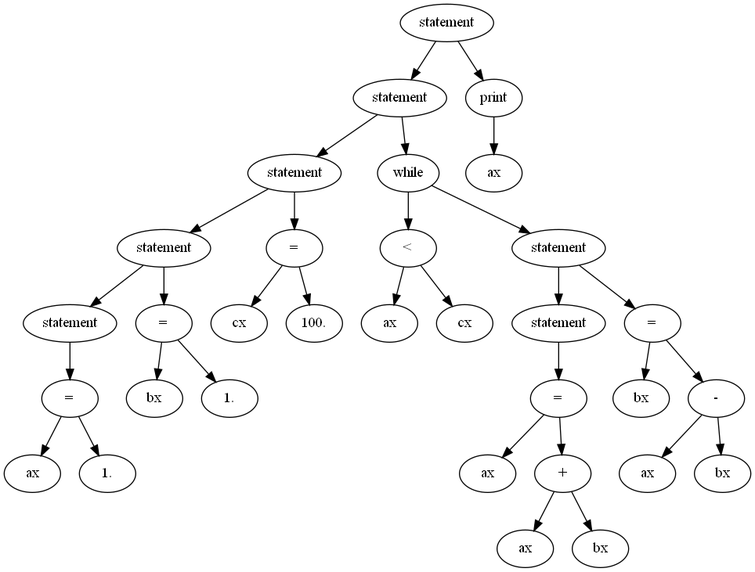
Earlier version of the Graphviz export russkie_alga!/parse.png (matmuher/flip-flop). Its source is kept beside it as russkie_alga!/parse.dot.
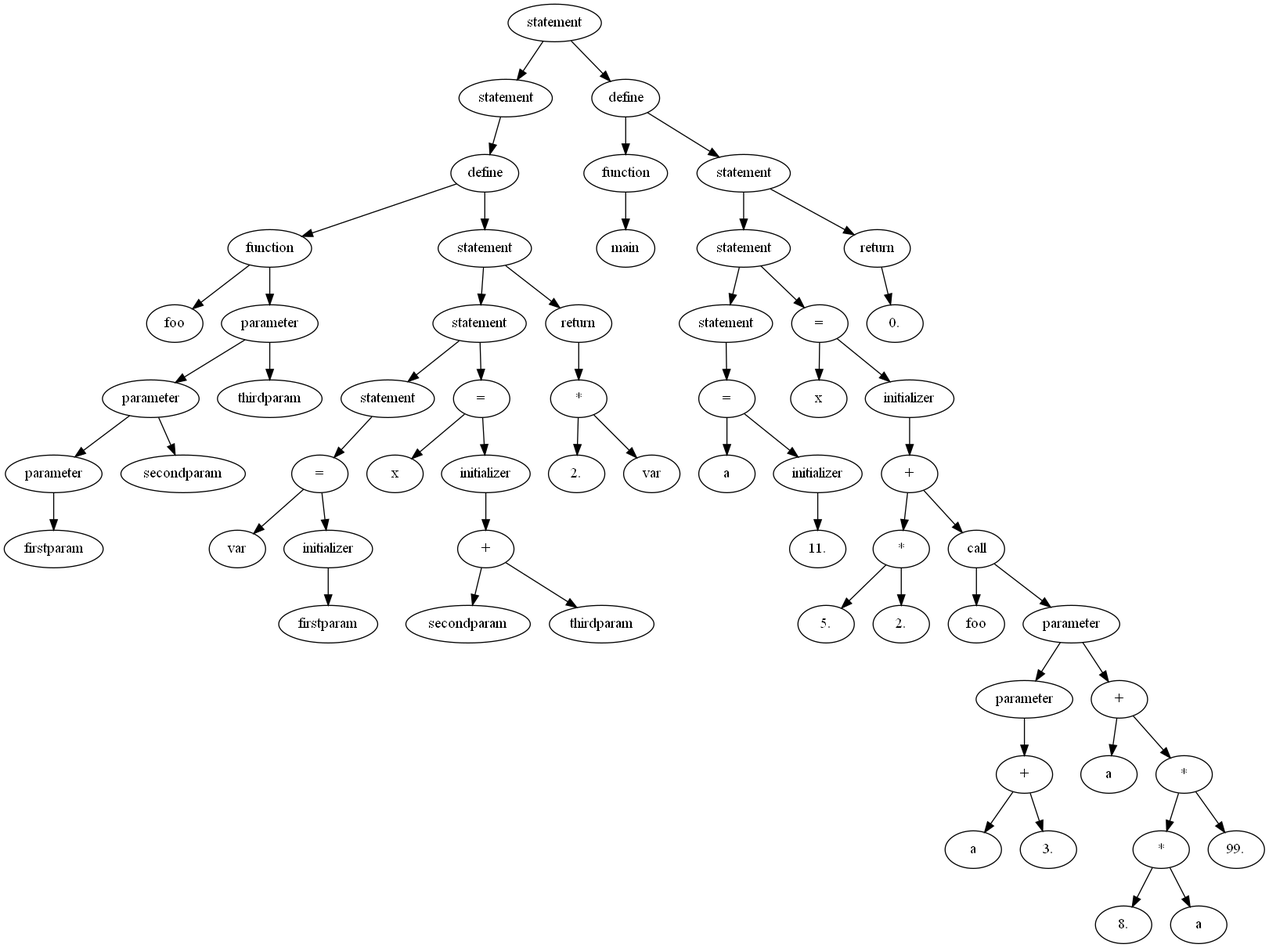
After the commit.

Commit message:
Adapted to tree standard. +return, +functions. It is hard to believe in God after it. Elephant calloc gifted me a 1-hour bug search, because list of pointers to free is static array with fixed size;

The edit, as a diff of the source:
```diff
@@ -1,65 +1,123 @@
 digraph G {
-A00735DD0 [label = "statement"];
-A00735DD0 -> A00732598;
-A00735DD0 -> A00735F08;
-A00732598 [label = "statement"];
-A00732598 -> A00730568;
-A00732598 -> A00735DB8;
-A00730568 [label = "statement"];
-A00730568 -> A007304F0;
-A00730568 -> A00732580;
-A007304F0 [label = "statement"];
-A007304F0 -> A00732510;
-A007304F0 -> A00730550;
-A00732510 [label = "statement"];
-A00732510 -> A007304D8;
-A007304D8 [label = "="];
-A007304D8 -> A00732540;
-A007304D8 -> A007304B0;
-A00732540 [label = "ax"];
-A007304B0 [label = "1."];
-A00730550 [label = "="];
-A00730550 -> A00730520;
-A00730550 -> A00730538;
-A00730520 [label = "bx"];
-A00730538 [label = "1."];
-A00732580 [label = "="];
-A00732580 -> A00730598;
-A00732580 -> A00732568;
-A00730598 [label = "cx"];
-A00732568 [label = "100."];
-A00735DB8 [label = "while"];
-A00735DB8 -> A00735E78;
-A00735DB8 -> A00735D58;
-A00735E78 [label = "<"];
-A00735E78 -> A00735E30;
-A00735E78 -> A00735CE0;
-A00735E30 [label = "ax"];
-A00735CE0 [label = "cx"];
-A00735D58 [label = "statement"];
-A00735D58 -> A00735E00;
-A00735D58 -> A00735D88;
-A00735E00 [label = "statement"];
-A00735E00 -> A00735DA0;
-A00735DA0 [label = "="];
-A00735DA0 -> A00735CF8;
-A00735DA0 -> A00735E18;
-A00735CF8 [label = "ax"];
-A00735E18 [label = "+"];
-A00735E18 -> A00735E48;
-A00735E18 -> A00735D10;
-A00735E48 [label = "ax"];
-A00735D10 [label = "bx"];
-A00735D88 [label = "="];
-A00735D88 -> A00735D28;
-A00735D88 -> A00735D70;
-A00735D28 [label = "bx"];
-A00735D70 [label = "-"];
-A00735D70 -> A00735CB0;
-A00735D70 -> A00735D40;
-A00735CB0 [label = "ax"];
-A00735D40 [label = "bx"];
-A00735F08 [label = "print"];
-A00735F08 -> A00736148;
-A00736148 [label = "ax"];
+A00147250 [label = "statement"];
+A00147250 -> A001404B0;
+A00147250 -> A001476B8;
+A001404B0 [label = "statement"];
+A001404B0 -> A00147478;
+A00147478 [label = "define"];
+A00147478 -> A00147460;
+A00147478 -> A00147598;
+A00147460 [label = "function"];
+A00147460 -> A001404E0;
+A00147460 -> A00146E80;
+A001404E0 [label = "foo"];
+A00146E80 [label = "parameter"];
+A00146E80 -> A00140568;
+A00146E80 -> A00146E08;
+A00140568 [label = "parameter"];
+A00140568 -> A00140508;
+A00140568 -> A00140598;
+A00140508 [label = "parameter"];
+A00140508 -> A00140538;
+A00140538 [label = "firstparam"];
+A00140598 [label = "secondparam"];
+A00146E08 [label = "thirdparam"];
+A00147598 [label = "statement"];
+A00147598 -> A00146EC8;
+A00147598 -> A00147430;
+A00146EC8 [label = "statement"];
+A00146EC8 -> A00146EF8;
+A00146EC8 -> A00147508;
+A00146EF8 [label = "statement"];
+A00146EF8 -> A00146E50;
+A00146E50 [label = "="];
+A00146E50 -> A00146E38;
+A00146E50 -> A00146EB0;
+A00146E38 [label = "var"];
+A00146EB0 [label = "initializer"];
+A00146EB0 -> A00146E98;
+A00146E98 [label = "firstparam"];
+A00147508 [label = "="];
+A00147508 -> A00146F10;
+A00147508 -> A00147580;
+A00146F10 [label = "x"];
+A00147580 [label = "initializer"];
+A00147580 -> A00147520;
+A00147520 [label = "+"];
+A00147520 -> A00146F28;
+A00147520 -> A00146DC0;
+A00146F28 [label = "secondparam"];
+A00146DC0 [label = "thirdparam"];
+A00147430 [label = "return"];
+A00147430 -> A00147568;
+A00147568 [label = "*"];
+A00147568 -> A001474F0;
+A00147568 -> A00147550;
+A001474F0 [label = "2."];
+A00147550 [label = "var"];
+A001476B8 [label = "define"];
+A001476B8 -> A00147640;
+A001476B8 -> A00147748;
+A00147640 [label = "function"];
+A00147640 -> A001473D0;
+A001473D0 [label = "main"];
+A00147748 [label = "statement"];
+A00147748 -> A00147328;
+A00147748 -> A00147718;
+A00147328 [label = "statement"];
+A00147328 -> A00147268;
+A00147328 -> A00147778;
+A00147268 [label = "statement"];
+A00147268 -> A00147298;
+A00147298 [label = "="];
+A00147298 -> A00147340;
+A00147298 -> A001473B8;
+A00147340 [label = "a"];
+A001473B8 [label = "initializer"];
+A001473B8 -> A00147280;
+A00147280 [label = "11."];
+A00147778 [label = "="];
+A00147778 -> A00147400;
+A00147778 -> A001475E0;
+A00147400 [label = "x"];
+A001475E0 [label = "initializer"];
+A001475E0 -> A00147760;
+A00147760 [label = "+"];
+A00147760 -> A001474A8;
+A00147760 -> A00147838;
+A001474A8 [label = "*"];
+A001474A8 -> A001472B0;
+A001474A8 -> A00147448;
+A001472B0 [label = "5."];
+A00147448 [label = "2."];
+A00147838 [label = "call"];
+A00147838 -> A001472E0;
+A00147838 -> A00147238;
+A001472E0 [label = "foo"];
+A00147238 [label = "parameter"];
+A00147238 -> A001474C0;
+A00147238 -> A00147610;
+A001474C0 [label = "parameter"];
+A001474C0 -> A001471F0;
+A001471F0 [label = "+"];
+A001471F0 -> A001472F8;
+A001471F0 -> A001471D8;
+A001472F8 [label = "a"];
+A001471D8 [label = "3."];
+A00147610 [label = "+"];
+A00147610 -> A00147310;
+A00147610 -> A001476D0;
+A00147310 [label = "a"];
+A001476D0 [label = "*"];
+A001476D0 -> A00147388;
+A001476D0 -> A00147820;
+A00147388 [label = "*"];
+A00147388 -> A00147220;
+A00147388 -> A00147370;
+A00147220 [label = "8."];
+A00147370 [label = "a"];
+A00147820 [label = "99."];
+A00147718 [label = "return"];
+A00147718 -> A00147628;
+A00147628 [label = "0."];
 }
```
